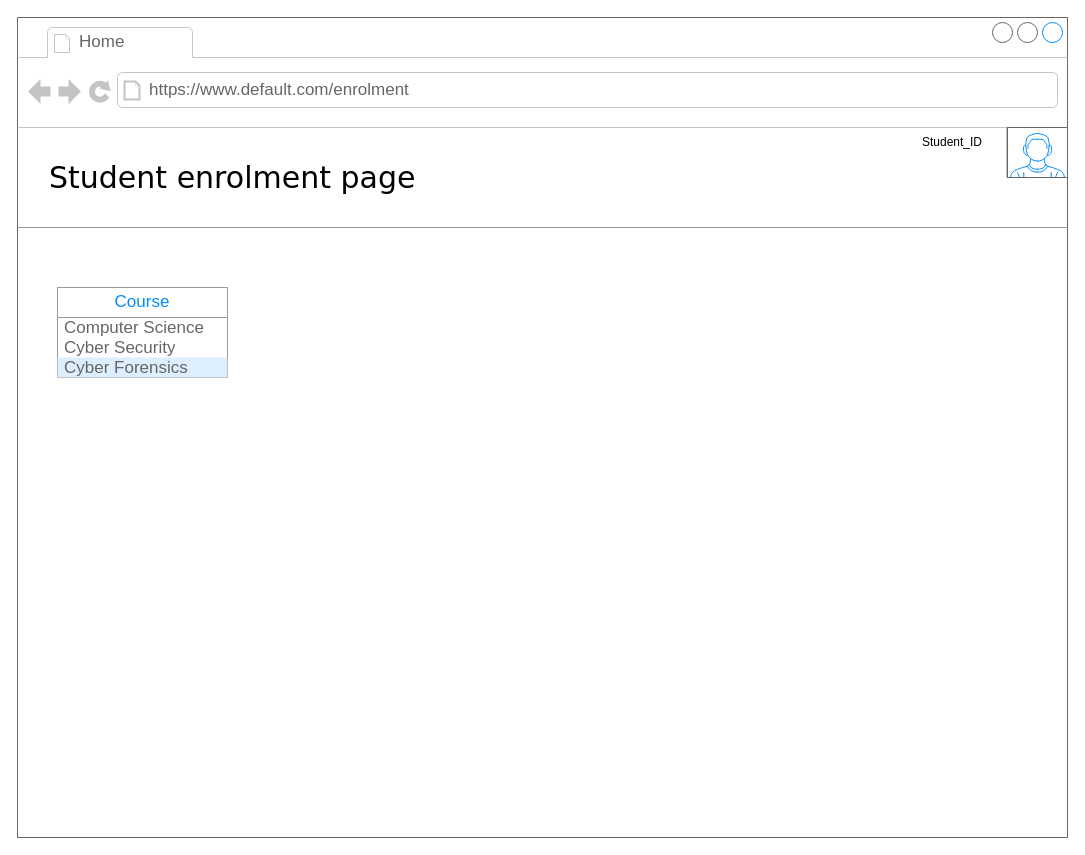
bensolo12/Databases keeps this draw.io diagram as page "Enrolment" (3 of 9) of Wireframes.drawio. Above is the earlier version. Source tidied: cells renumbered, new cells numbered last; positions are measured from the earlier drawing's top-left corner, leaving out a move shared by most shapes. Both pictures are drawn from the tidied source at 100%, with x=0, y=0 at pixel (17, 17).
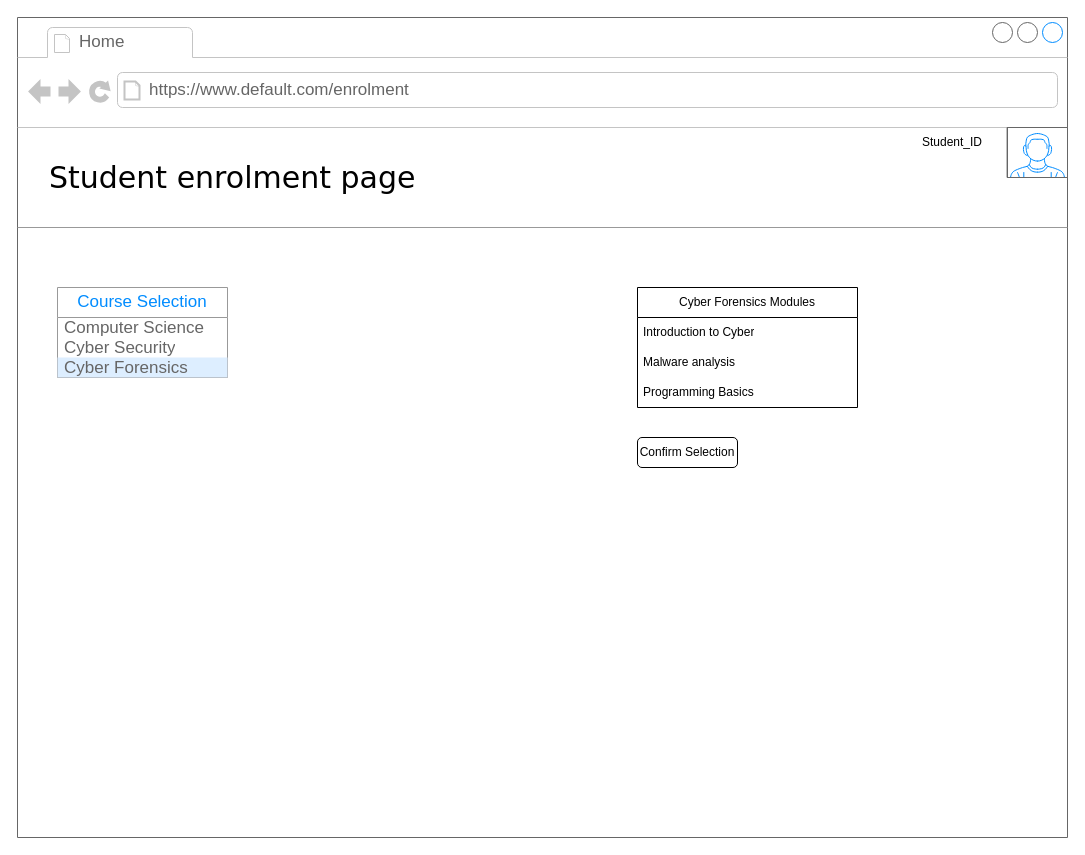
Above is the later version.

Diff of the diagram source:
```diff
@@
 <mxGraphModel>
   <root>
     <mxCell id="0" />
     <mxCell id="1" parent="0" />
     <mxCell id="2" style="strokeWidth=1;shadow=0;dashed=0;align=center;html=1;shape=mxgraph.mockup.containers.browserWindow;rSize=0;strokeColor=#666666;mainText=,;rounded=0;labelBackgroundColor=none;fontFamily=Verdana;fontSize=12;" parent="1" vertex="1">
       <mxGeometry width="1050" height="820" as="geometry" />
     </mxCell>
     <mxCell id="3" value="Home" style="strokeWidth=1;shadow=0;dashed=0;align=center;html=1;shape=mxgraph.mockup.containers.anchor;fontSize=17;fontColor=#666666;align=left;" parent="2" vertex="1">
       <mxGeometry x="60" y="12" width="110" height="26" as="geometry" />
     </mxCell>
     <mxCell id="4" value="https://www.default.com/enrolment" style="strokeWidth=1;shadow=0;dashed=0;align=center;html=1;shape=mxgraph.mockup.containers.anchor;rSize=0;fontSize=17;fontColor=#666666;align=left;" parent="2" vertex="1">
       <mxGeometry x="130" y="60" width="250" height="26" as="geometry" />
     </mxCell>
     <mxCell id="5" value="Student enrolment page" style="text;html=1;align=left;verticalAlign=top;spacingTop=-4;fontSize=30;fontFamily=Verdana;" parent="2" vertex="1">
       <mxGeometry x="30" y="140" width="340" height="50" as="geometry" />
     </mxCell>
     <mxCell id="6" style="verticalLabelPosition=bottom;shadow=0;dashed=0;align=center;html=1;verticalAlign=top;strokeWidth=1;shape=mxgraph.mockup.markup.line;strokeColor=#999999;rounded=0;labelBackgroundColor=none;fillColor=#ffffff;fontFamily=Verdana;fontSize=12;fontColor=#000000;" parent="2" vertex="1">
       <mxGeometry y="200" width="1050" height="20" as="geometry" />
     </mxCell>
     <mxCell id="7" style="verticalLabelPosition=bottom;shadow=0;dashed=0;align=center;html=1;verticalAlign=top;strokeWidth=1;shape=mxgraph.mockup.containers.userMale;strokeColor=#666666;strokeColor2=#008cff;" parent="2" vertex="1">
       <mxGeometry x="990" y="110" width="60" height="50" as="geometry" />
     </mxCell>
     <mxCell id="8" value="Student_ID" style="text;html=1;align=center;verticalAlign=middle;whiteSpace=wrap;rounded=0;" parent="2" vertex="1">
       <mxGeometry x="880" y="110" width="110" height="30" as="geometry" />
     </mxCell>
-    <mxCell id="9" value="Course" style="swimlane;strokeColor=#999999;swimlaneFillColor=#FFFFFF;fillColor=#ffffff;fontColor=#008CFF;fontStyle=0;horizontal=1;startSize=30;whiteSpace=wrap;html=1;fontSize=17;" parent="2" vertex="1">
+    <mxCell id="9" value="Course Selection" style="swimlane;strokeColor=#999999;swimlaneFillColor=#FFFFFF;fillColor=#ffffff;fontColor=#008CFF;fontStyle=0;horizontal=1;startSize=30;whiteSpace=wrap;html=1;fontSize=17;" parent="2" vertex="1">
       <mxGeometry x="40" y="270" width="170" height="90" as="geometry" />
     </mxCell>
     <mxCell id="10" value="Computer Science" style="text;spacing=0;strokeColor=none;align=left;verticalAlign=middle;spacingLeft=7;spacingRight=10;overflow=hidden;whiteSpace=wrap;html=1;fillColor=none;fontColor=#666666;fontSize=17;" parent="9" vertex="1">
       <mxGeometry y="30" width="170" height="20" as="geometry" />
     </mxCell>
     <mxCell id="11" value="Cyber Security" style="text;spacing=0;strokeColor=none;align=left;verticalAlign=middle;spacingLeft=7;spacingRight=10;overflow=hidden;whiteSpace=wrap;html=1;rSize=5;fillColor=none;fontColor=#666666;fontSize=17;" parent="9" vertex="1">
       <mxGeometry y="50" width="170" height="20" as="geometry" />
     </mxCell>
     <mxCell id="12" value="Cyber Forensics" style="text;spacing=0;strokeColor=none;align=left;verticalAlign=middle;spacingLeft=7;spacingRight=10;overflow=hidden;whiteSpace=wrap;html=1;rSize=5;fillColor=#DDEEFF;fontColor=#666666;fontSize=17;" parent="9" vertex="1">
       <mxGeometry y="70" width="170" height="20" as="geometry" />
     </mxCell>
+    <mxCell id="13" value="Cyber Forensics Modules" style="swimlane;fontStyle=0;horizontal=1;startSize=30;whiteSpace=wrap;html=1;" parent="2" vertex="1">
+      <mxGeometry x="620" y="270" width="220" height="120" as="geometry" />
+    </mxCell>
+    <mxCell id="14" value="Introduction to Cyber" style="text;strokeColor=none;fillColor=none;align=left;verticalAlign=middle;spacingLeft=4;spacingRight=4;overflow=hidden;whiteSpace=wrap;html=1;" parent="13" vertex="1">
+      <mxGeometry y="30" width="220" height="30" as="geometry" />
+    </mxCell>
+    <mxCell id="15" value="Malware analysis" style="text;strokeColor=none;fillColor=none;align=left;verticalAlign=middle;spacingLeft=4;spacingRight=4;overflow=hidden;whiteSpace=wrap;html=1;" parent="13" vertex="1">
+      <mxGeometry y="60" width="220" height="30" as="geometry" />
+    </mxCell>
+    <mxCell id="16" value="Programming Basics" style="text;strokeColor=none;fillColor=none;align=left;verticalAlign=middle;spacingLeft=4;spacingRight=4;overflow=hidden;whiteSpace=wrap;html=1;" parent="13" vertex="1">
+      <mxGeometry y="90" width="220" height="30" as="geometry" />
+    </mxCell>
+    <mxCell id="17" value="Confirm Selection" style="rounded=1;whiteSpace=wrap;html=1;" parent="2" vertex="1">
+      <mxGeometry x="620" y="420" width="100" height="30" as="geometry" />
+    </mxCell>
   </root>
 </mxGraphModel>
```
